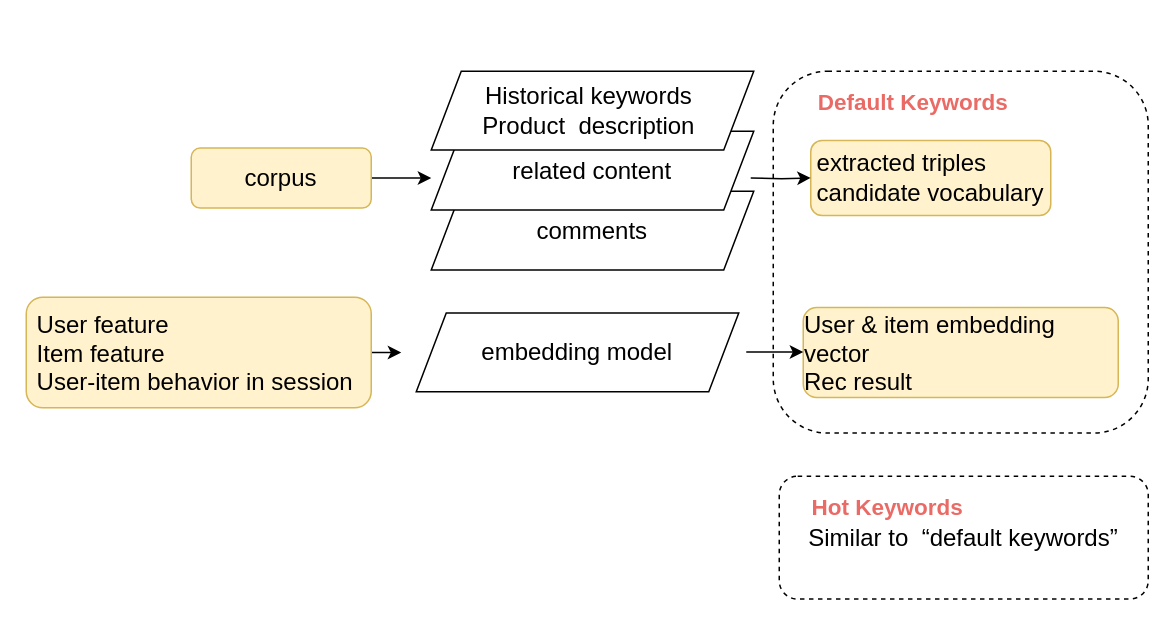
Before: Untitled Diagram.drawio in LunaXiong/Sokoban1.1, a draw.io diagram. Source tidied: cells renumbered, new cells numbered last; positions are measured from the earlier drawing's top-left corner, leaving out a move shared by most shapes. Both pictures are drawn from the tidied source at 150%, with x=0, y=0 at pixel (26, 70).
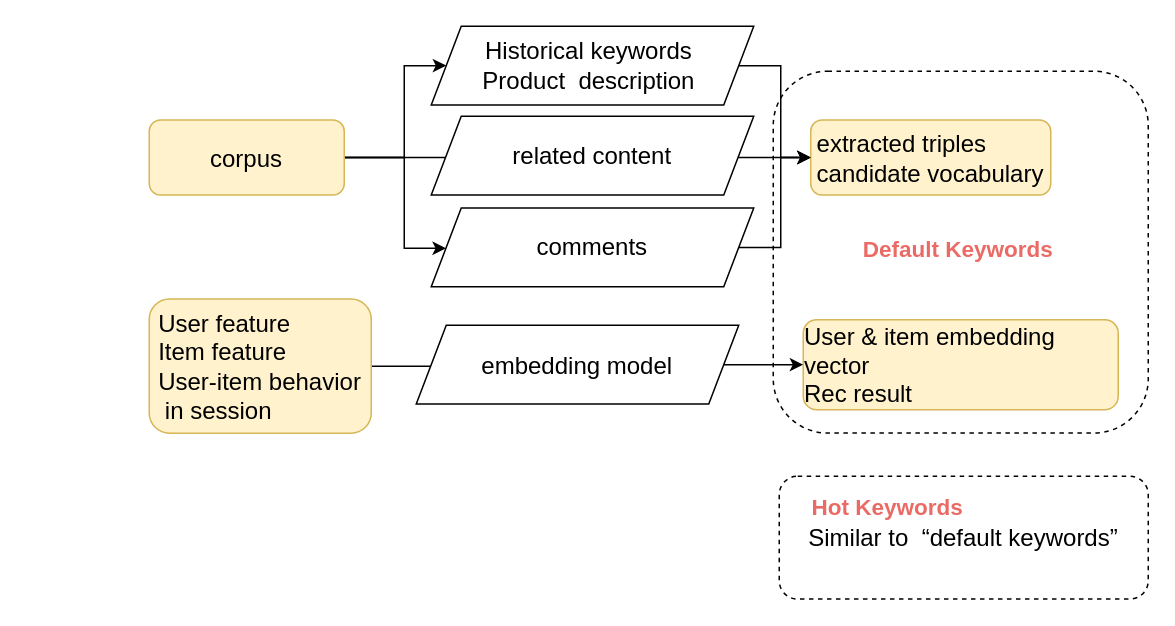
After the change.

Change to the diagram source:
```diff
@@
+    <mxCell id="14" style="rounded=1;whiteSpace=wrap;html=1;fillColor=none;dashed=1;" parent="1" vertex="1">
+      <mxGeometry x="498" width="250" height="241.2" as="geometry" />
+    </mxCell>
-    <mxCell id="2" style="edgeStyle=orthogonalEdgeStyle;rounded=0;jettySize=auto;html=1;fontColor=#000000;" parent="1" edge="1" source="3">
+    <mxCell id="2" style="edgeStyle=orthogonalEdgeStyle;rounded=0;jettySize=auto;html=1;fontColor=#000000;" parent="1" edge="1" source="3" target="4">
       <mxGeometry relative="1" as="geometry">
-        <mxPoint x="270" y="71.2" as="targetPoint" />
+        <Array as="points">
+          <mxPoint x="442" y="58" />
+          <mxPoint x="442" y="58" />
+        </Array>
       </mxGeometry>
     </mxCell>
+    <mxCell id="18" style="edgeStyle=orthogonalEdgeStyle;rounded=0;jettySize=auto;html=1;entryX=0;entryY=0.5;entryDx=0;entryDy=0;fontSize=15;fontColor=#EA6B66;" parent="1" edge="1" source="3" target="12">
+      <mxGeometry relative="1" as="geometry">
+        <Array as="points">
+          <mxPoint x="252" y="58" />
+          <mxPoint x="252" y="-4" />
+        </Array>
+      </mxGeometry>
+    </mxCell>
+    <mxCell id="19" style="edgeStyle=orthogonalEdgeStyle;rounded=0;jettySize=auto;html=1;fontSize=15;fontColor=#EA6B66;" parent="1" edge="1" source="3" target="10">
+      <mxGeometry relative="1" as="geometry">
+        <Array as="points">
+          <mxPoint x="252" y="58" />
+          <mxPoint x="252" y="118" />
+        </Array>
+      </mxGeometry>
+    </mxCell>
     <mxCell id="3" value="&lt;p style=&quot;line-height: normal ; margin-top: 0pt ; margin-bottom: 0pt ; margin-left: 0in ; text-align: left ; direction: ltr ; unicode-bidi: embed ; word-break: normal&quot;&gt;&lt;span style=&quot;font-size: 12pt ; font-family: &amp;#34;calibri&amp;#34;&quot;&gt;corpus&lt;/span&gt;&lt;/p&gt;" style="rounded=1;whiteSpace=wrap;html=1;fontSize=12;glass=0;strokeWidth=1;shadow=0;fillColor=#fff2cc;strokeColor=#d6b656;" parent="1" vertex="1">
-      <mxGeometry x="110" y="51.2" width="120" height="40" as="geometry" />
+      <mxGeometry x="82" y="32.5" width="130" height="50" as="geometry" />
     </mxCell>
     <mxCell id="4" value="&lt;p style=&quot;margin-top: 0pt ; margin-bottom: 0pt ; margin-left: 0in ; text-align: left ; direction: ltr ; unicode-bidi: embed ; word-break: normal&quot;&gt;&lt;span style=&quot;font-size: 12pt ; font-family: &amp;#34;calibri&amp;#34;&quot;&gt;extracted triples&lt;/span&gt;&lt;/p&gt;&lt;p style=&quot;margin-top: 0pt ; margin-bottom: 0pt ; margin-left: 0in ; text-align: left ; direction: ltr ; unicode-bidi: embed ; word-break: normal&quot;&gt;&lt;span style=&quot;font-size: 12pt ; font-family: &amp;#34;calibri&amp;#34;&quot;&gt;candidate vocabulary&lt;/span&gt;&lt;/p&gt;" style="rounded=1;whiteSpace=wrap;html=1;fontSize=12;glass=0;strokeWidth=1;shadow=0;fillColor=#fff2cc;strokeColor=#d6b656;" parent="1" vertex="1">
-      <mxGeometry x="523" y="46.2" width="160" height="50" as="geometry" />
+      <mxGeometry x="523" y="32.5" width="160" height="50" as="geometry" />
     </mxCell>
     <mxCell id="5" value="&lt;p style=&quot;margin-top: 0pt ; margin-bottom: 0pt ; margin-left: 0in ; text-align: left ; direction: ltr ; unicode-bidi: embed ; word-break: normal&quot;&gt;&lt;span style=&quot;font-size: 12pt ; font-family: &amp;#34;calibri&amp;#34;&quot;&gt;User &amp;amp; item embedding vector&lt;/span&gt;&lt;/p&gt;&lt;p style=&quot;margin-top: 0pt ; margin-bottom: 0pt ; margin-left: 0in ; text-align: left ; direction: ltr ; unicode-bidi: embed ; word-break: normal&quot;&gt;&lt;span style=&quot;font-size: 12pt ; font-family: &amp;#34;calibri&amp;#34;&quot;&gt;Rec result&lt;/span&gt;&lt;/p&gt;" style="rounded=1;whiteSpace=wrap;html=1;fontSize=12;glass=0;strokeWidth=1;shadow=0;fillColor=#fff2cc;strokeColor=#d6b656;" parent="1" vertex="1">
-      <mxGeometry x="518" y="157.5" width="210" height="60" as="geometry" />
+      <mxGeometry x="518" y="165.6" width="210" height="60" as="geometry" />
     </mxCell>
-    <mxCell id="6" style="edgeStyle=orthogonalEdgeStyle;rounded=0;jettySize=auto;html=1;exitX=1;exitY=0.5;exitDx=0;exitDy=0;" parent="1" edge="1" source="7">
-      <mxGeometry relative="1" as="geometry">
-        <mxPoint x="250" y="187.2" as="targetPoint" />
-      </mxGeometry>
-    </mxCell>
+    <mxCell id="20" style="edgeStyle=orthogonalEdgeStyle;rounded=0;jettySize=auto;html=1;entryX=0;entryY=0.5;entryDx=0;entryDy=0;fontSize=15;fontColor=#EA6B66;" parent="1" edge="1" source="7" target="5">
+      <mxGeometry relative="1" as="geometry" />
+    </mxCell>
-    <mxCell id="7" value="&lt;p style=&quot;margin-top: 0pt ; margin-bottom: 0pt ; margin-left: 0in ; text-align: left ; direction: ltr ; unicode-bidi: embed ; word-break: normal&quot;&gt;&lt;span style=&quot;font-size: 12pt ; font-family: &amp;#34;calibri&amp;#34;&quot;&gt;User feature&amp;nbsp;&amp;nbsp;&lt;/span&gt;&lt;/p&gt;&lt;p style=&quot;margin-top: 0pt ; margin-bottom: 0pt ; margin-left: 0in ; text-align: left ; direction: ltr ; unicode-bidi: embed ; word-break: normal&quot;&gt;&lt;span style=&quot;font-family: &amp;#34;calibri&amp;#34; ; font-size: 12pt&quot;&gt;Item feature&lt;/span&gt;&lt;/p&gt;&lt;p style=&quot;margin-top: 0pt ; margin-bottom: 0pt ; margin-left: 0in ; text-align: left ; direction: ltr ; unicode-bidi: embed ; word-break: normal&quot;&gt;&lt;span style=&quot;font-size: 12pt ; font-family: &amp;#34;calibri&amp;#34;&quot;&gt;User-item behavior in &lt;/span&gt;&lt;span style=&quot;font-size: 12pt ; font-family: &amp;#34;calibri&amp;#34;&quot;&gt;session&amp;nbsp;&lt;/span&gt;&lt;/p&gt;" style="rounded=1;whiteSpace=wrap;html=1;fontSize=12;glass=0;strokeWidth=1;shadow=0;fillColor=#fff2cc;strokeColor=#d6b656;" parent="1" vertex="1">
-      <mxGeometry y="150.6" width="230" height="73.8" as="geometry" />
+    <mxCell id="7" value="&lt;p style=&quot;margin-top: 0pt ; margin-bottom: 0pt ; margin-left: 0in ; text-align: left ; direction: ltr ; unicode-bidi: embed ; word-break: normal&quot;&gt;&lt;span style=&quot;font-size: 12pt ; font-family: &amp;#34;calibri&amp;#34;&quot;&gt;User feature&amp;nbsp;&amp;nbsp;&lt;/span&gt;&lt;/p&gt;&lt;p style=&quot;margin-top: 0pt ; margin-bottom: 0pt ; margin-left: 0in ; text-align: left ; direction: ltr ; unicode-bidi: embed ; word-break: normal&quot;&gt;&lt;span style=&quot;font-family: &amp;#34;calibri&amp;#34; ; font-size: 12pt&quot;&gt;Item feature&lt;/span&gt;&lt;/p&gt;&lt;p style=&quot;margin-top: 0pt ; margin-bottom: 0pt ; margin-left: 0in ; text-align: left ; direction: ltr ; unicode-bidi: embed ; word-break: normal&quot;&gt;&lt;span style=&quot;font-size: 12pt ; font-family: &amp;#34;calibri&amp;#34;&quot;&gt;User-item behavior&lt;/span&gt;&lt;/p&gt;&lt;p style=&quot;margin-top: 0pt ; margin-bottom: 0pt ; margin-left: 0in ; text-align: left ; direction: ltr ; unicode-bidi: embed ; word-break: normal&quot;&gt;&lt;span style=&quot;font-size: 12pt ; font-family: &amp;#34;calibri&amp;#34;&quot;&gt;&amp;nbsp;in &lt;/span&gt;&lt;span style=&quot;font-size: 12pt ; font-family: &amp;#34;calibri&amp;#34;&quot;&gt;session&amp;nbsp;&lt;/span&gt;&lt;/p&gt;" style="rounded=1;whiteSpace=wrap;html=1;fontSize=12;glass=0;strokeWidth=1;shadow=0;fillColor=#fff2cc;strokeColor=#d6b656;" parent="1" vertex="1">
+      <mxGeometry x="82" y="151.9" width="148" height="89.4" as="geometry" />
     </mxCell>
-    <mxCell id="8" style="edgeStyle=orthogonalEdgeStyle;rounded=0;jettySize=auto;html=1;entryX=0;entryY=0.5;entryDx=0;entryDy=0;fontColor=#000000;" parent="1" edge="1" target="5">
-      <mxGeometry relative="1" as="geometry">
-        <mxPoint x="480" y="187.2" as="sourcePoint" />
-      </mxGeometry>
-    </mxCell>
     <mxCell id="9" value="&lt;span style=&quot;font-size: 12pt ; font-family: &amp;#34;calibri&amp;#34;&quot;&gt;embedding model&lt;/span&gt;" style="shape=parallelogram;perimeter=parallelogramPerimeter;whiteSpace=wrap;html=1;fixedSize=1;fontColor=#000000;" parent="1" vertex="1">
-      <mxGeometry x="260" y="161.2" width="215" height="52.5" as="geometry" />
+      <mxGeometry x="260" y="169.4" width="215" height="52.5" as="geometry" />
     </mxCell>
+    <mxCell id="21" style="edgeStyle=orthogonalEdgeStyle;rounded=0;jettySize=auto;html=1;fontSize=15;fontColor=#EA6B66;entryX=0;entryY=0.5;entryDx=0;entryDy=0;" parent="1" edge="1" source="10" target="4">
+      <mxGeometry relative="1" as="geometry">
+        <Array as="points">
+          <mxPoint x="503" y="118" />
+          <mxPoint x="503" y="58" />
+        </Array>
+      </mxGeometry>
+    </mxCell>
     <mxCell id="10" value="&lt;span style=&quot;font-family: &amp;#34;calibri&amp;#34; ; font-size: 16px&quot;&gt;comments&lt;/span&gt;" style="shape=parallelogram;perimeter=parallelogramPerimeter;whiteSpace=wrap;html=1;fixedSize=1;fontColor=#000000;" parent="1" vertex="1">
-      <mxGeometry x="270" y="80" width="215" height="52.5" as="geometry" />
+      <mxGeometry x="270" y="91.2" width="215" height="52.5" as="geometry" />
     </mxCell>
     <mxCell id="11" value="&lt;span style=&quot;font-family: &amp;#34;calibri&amp;#34; ; font-size: 16px&quot;&gt;related content&lt;/span&gt;" style="shape=parallelogram;perimeter=parallelogramPerimeter;whiteSpace=wrap;html=1;fixedSize=1;fontColor=#000000;" parent="1" vertex="1">
-      <mxGeometry x="270" y="40" width="215" height="52.5" as="geometry" />
+      <mxGeometry x="270" y="30" width="215" height="52.5" as="geometry" />
     </mxCell>
+    <mxCell id="22" style="edgeStyle=orthogonalEdgeStyle;rounded=0;jettySize=auto;html=1;entryX=0;entryY=0.5;entryDx=0;entryDy=0;fontSize=15;fontColor=#EA6B66;" parent="1" edge="1" source="12" target="4">
+      <mxGeometry relative="1" as="geometry">
+        <Array as="points">
+          <mxPoint x="503" y="-4" />
+          <mxPoint x="503" y="58" />
+        </Array>
+      </mxGeometry>
+    </mxCell>
     <mxCell id="12" value="&lt;span style=&quot;font-size: 12pt ; font-family: &amp;#34;calibri&amp;#34;&quot;&gt;Historical&amp;nbsp;&lt;/span&gt;&lt;span style=&quot;font-size: 12pt ; font-family: &amp;#34;calibri&amp;#34;&quot;&gt;keywords&lt;/span&gt;&lt;span style=&quot;font-size: 12pt ; font-family: &amp;#34;calibri&amp;#34;&quot;&gt;&amp;nbsp;&lt;br&gt;&lt;/span&gt;&lt;span style=&quot;font-size: 12pt ; font-family: &amp;#34;calibri&amp;#34;&quot;&gt;Product&amp;nbsp;&amp;nbsp;&lt;/span&gt;&lt;span style=&quot;font-size: 12pt ; font-family: &amp;#34;calibri&amp;#34;&quot;&gt;description&lt;/span&gt;&lt;span style=&quot;font-size: 12pt ; font-family: &amp;#34;calibri&amp;#34;&quot;&gt;&amp;nbsp;&lt;/span&gt;" style="shape=parallelogram;perimeter=parallelogramPerimeter;whiteSpace=wrap;html=1;fixedSize=1;fontColor=#000000;" parent="1" vertex="1">
-      <mxGeometry x="270" width="215" height="52.5" as="geometry" />
+      <mxGeometry x="270" y="-30" width="215" height="52.5" as="geometry" />
     </mxCell>
-    <mxCell id="13" style="edgeStyle=orthogonalEdgeStyle;rounded=0;orthogonalLoop=1;jettySize=auto;html=1;fontColor=#000000;" parent="1" edge="1">
-      <mxGeometry relative="1" as="geometry">
-        <mxPoint x="483" y="71.1" as="sourcePoint" />
-        <mxPoint x="523" y="71.1" as="targetPoint" />
-      </mxGeometry>
-    </mxCell>
-    <mxCell id="14" style="rounded=1;whiteSpace=wrap;html=1;fillColor=none;dashed=1;" parent="1" vertex="1">
-      <mxGeometry x="498" width="250" height="241.2" as="geometry" />
-    </mxCell>
     <mxCell id="15" value="Default Keywords" style="text;html=1;strokeColor=none;fillColor=none;align=center;verticalAlign=middle;whiteSpace=wrap;rounded=0;fontStyle=1;fontColor=#EA6B66;fontSize=15;" parent="1" vertex="1">
-      <mxGeometry x="512" y="10" width="159" height="20" as="geometry" />
+      <mxGeometry x="542" y="107.5" width="159" height="20" as="geometry" />
     </mxCell>
```
